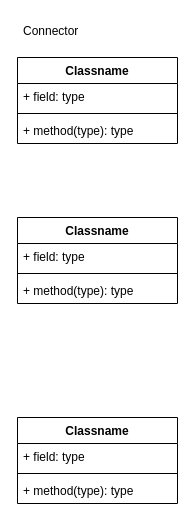
Earlier version of the draw.io diagram page "서버구조" (3 of 3) of 졸프.drawio (ParkSungTaek/GraduationProject). Source tidied: cells renumbered, new cells numbered last; positions are measured from the earlier drawing's top-left corner, leaving out a move shared by most shapes. Both pictures are drawn from the tidied source at 100%, with x=0, y=0 at pixel (17, 17).
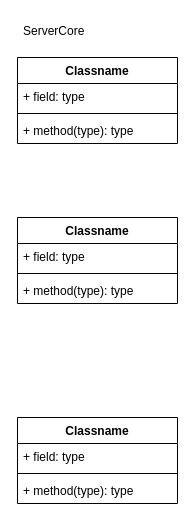
The same diagram, later.

Commit message (it also covers changes not shown here):
졸프.drawio 업데이트

Change to the diagram source:
```diff
@@
 <mxGraphModel>
   <root>
     <mxCell id="0" />
     <mxCell id="1" parent="0" />
     <mxCell id="2" value="Classname" style="swimlane;fontStyle=1;align=center;verticalAlign=top;horizontal=1;startSize=26;whiteSpace=wrap;html=1;" parent="1" vertex="1">
       <mxGeometry y="40" width="160" height="86" as="geometry" />
     </mxCell>
     <mxCell id="3" value="+ field: type" style="text;strokeColor=none;fillColor=none;align=left;verticalAlign=top;spacingLeft=4;spacingRight=4;overflow=hidden;whiteSpace=wrap;html=1;" parent="2" vertex="1">
       <mxGeometry y="26" width="160" height="26" as="geometry" />
     </mxCell>
     <mxCell id="4" style="line;strokeWidth=1;fillColor=none;align=left;verticalAlign=middle;spacingTop=-1;spacingLeft=3;spacingRight=3;labelPosition=right;strokeColor=inherit;" parent="2" vertex="1">
       <mxGeometry y="52" width="160" height="8" as="geometry" />
     </mxCell>
     <mxCell id="5" value="+ method(type): type" style="text;strokeColor=none;fillColor=none;align=left;verticalAlign=top;spacingLeft=4;spacingRight=4;overflow=hidden;whiteSpace=wrap;html=1;" parent="2" vertex="1">
       <mxGeometry y="60" width="160" height="26" as="geometry" />
     </mxCell>
     <mxCell id="6" value="Classname" style="swimlane;fontStyle=1;align=center;verticalAlign=top;horizontal=1;startSize=26;whiteSpace=wrap;html=1;" parent="1" vertex="1">
       <mxGeometry y="200" width="160" height="86" as="geometry" />
     </mxCell>
     <mxCell id="7" value="+ field: type" style="text;strokeColor=none;fillColor=none;align=left;verticalAlign=top;spacingLeft=4;spacingRight=4;overflow=hidden;whiteSpace=wrap;html=1;" parent="6" vertex="1">
       <mxGeometry y="26" width="160" height="26" as="geometry" />
     </mxCell>
     <mxCell id="8" style="line;strokeWidth=1;fillColor=none;align=left;verticalAlign=middle;spacingTop=-1;spacingLeft=3;spacingRight=3;labelPosition=right;strokeColor=inherit;" parent="6" vertex="1">
       <mxGeometry y="52" width="160" height="8" as="geometry" />
     </mxCell>
     <mxCell id="9" value="+ method(type): type" style="text;strokeColor=none;fillColor=none;align=left;verticalAlign=top;spacingLeft=4;spacingRight=4;overflow=hidden;whiteSpace=wrap;html=1;" parent="6" vertex="1">
       <mxGeometry y="60" width="160" height="26" as="geometry" />
     </mxCell>
     <mxCell id="10" value="Classname" style="swimlane;fontStyle=1;align=center;verticalAlign=top;horizontal=1;startSize=26;whiteSpace=wrap;html=1;" parent="1" vertex="1">
       <mxGeometry y="400" width="160" height="86" as="geometry" />
     </mxCell>
     <mxCell id="11" value="+ field: type" style="text;strokeColor=none;fillColor=none;align=left;verticalAlign=top;spacingLeft=4;spacingRight=4;overflow=hidden;whiteSpace=wrap;html=1;" parent="10" vertex="1">
       <mxGeometry y="26" width="160" height="26" as="geometry" />
     </mxCell>
     <mxCell id="12" style="line;strokeWidth=1;fillColor=none;align=left;verticalAlign=middle;spacingTop=-1;spacingLeft=3;spacingRight=3;labelPosition=right;strokeColor=inherit;" parent="10" vertex="1">
       <mxGeometry y="52" width="160" height="8" as="geometry" />
     </mxCell>
     <mxCell id="13" value="+ method(type): type" style="text;strokeColor=none;fillColor=none;align=left;verticalAlign=top;spacingLeft=4;spacingRight=4;overflow=hidden;whiteSpace=wrap;html=1;" parent="10" vertex="1">
       <mxGeometry y="60" width="160" height="26" as="geometry" />
     </mxCell>
-    <mxCell id="14" value="Connector" style="text;strokeColor=none;fillColor=none;align=left;verticalAlign=top;spacingLeft=4;spacingRight=4;overflow=hidden;whiteSpace=wrap;html=1;" parent="1" vertex="1">
+    <mxCell id="14" value="ServerCore" style="text;strokeColor=none;fillColor=none;align=left;verticalAlign=top;spacingLeft=4;spacingRight=4;overflow=hidden;whiteSpace=wrap;html=1;" parent="1" vertex="1">
       <mxGeometry width="160" height="26" as="geometry" />
     </mxCell>
   </root>
 </mxGraphModel>
```
